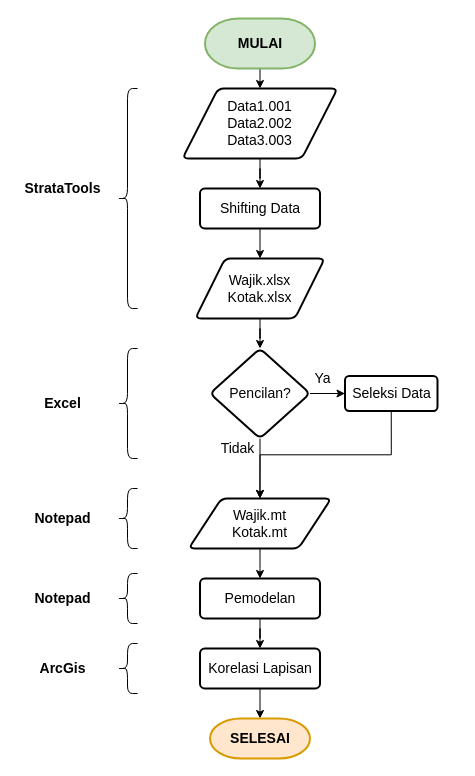
Earlier version of the draw.io diagram Untitled Diagram.drawio (SaefullAlam/Belajar). Source tidied: cells renumbered, new cells numbered last; positions are measured from the earlier drawing's top-left corner, leaving out a move shared by most shapes. Both pictures are drawn from the tidied source at 100%, with x=0, y=0 at pixel (17, 18).
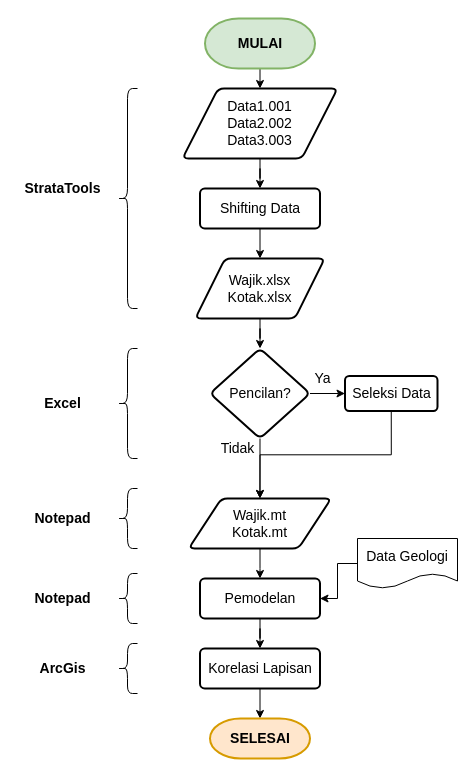
After the change.

Unchanged cells that the change refers to:
```xml
<mxCell id="13" value="Pemodelan" style="whiteSpace=wrap;html=1;fontSize=14;strokeWidth=2;rounded=1;arcSize=12;" parent="1" vertex="1">
  <mxGeometry x="182.5" y="560" width="120" height="40" as="geometry" />
</mxCell>
```

The edit, as a diff of the source:
```diff
@@
+    <mxCell id="34" style="edgeStyle=orthogonalEdgeStyle;rounded=0;jettySize=auto;html=1;exitX=0;exitY=0.5;exitDx=0;exitDy=0;entryX=1;entryY=0.5;entryDx=0;entryDy=0;fontSize=14;" parent="1" edge="1" source="35" target="13">
+      <mxGeometry relative="1" as="geometry" />
+    </mxCell>
+    <mxCell id="35" value="Data Geologi" style="shape=document;whiteSpace=wrap;html=1;boundedLbl=1;fontSize=14;" parent="1" vertex="1">
+      <mxGeometry x="340" y="520" width="100" height="50" as="geometry" />
+    </mxCell>
```
